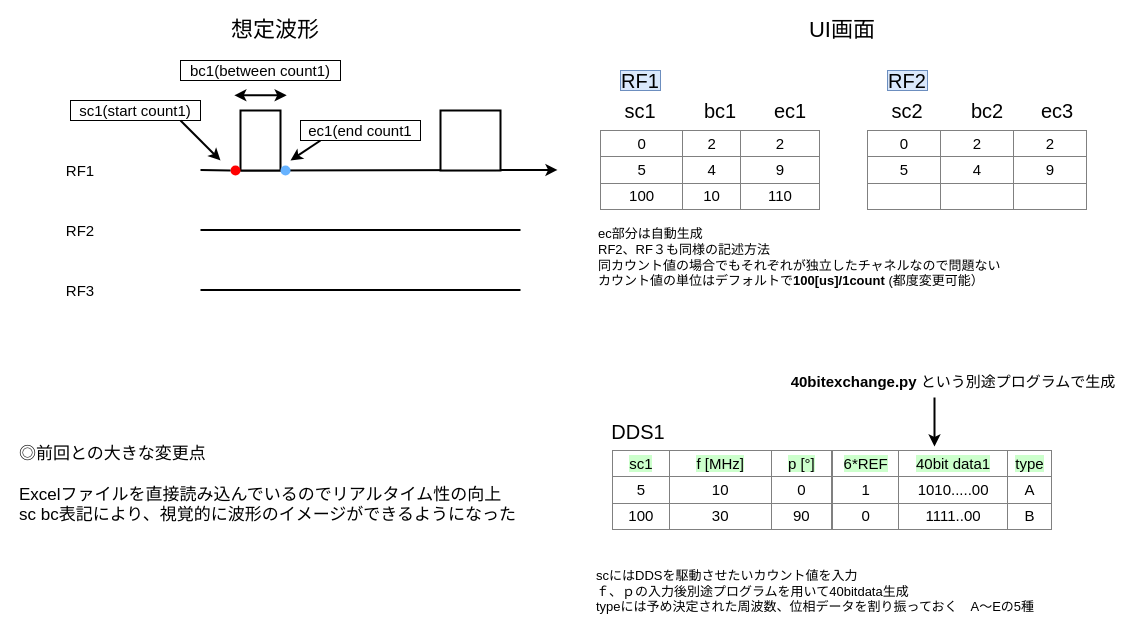
parupappa/Pine64-python--pulse keeps this draw.io diagram as Pulseprogramer/ver2/パルスシーケンス図.dio. Above is the earlier version. Source tidied: cells renumbered, new cells numbered last; positions are measured from the earlier drawing's top-left corner, leaving out a move shared by most shapes. Both pictures are drawn from the tidied source at 100%, with x=0, y=0 at pixel (17, 20).
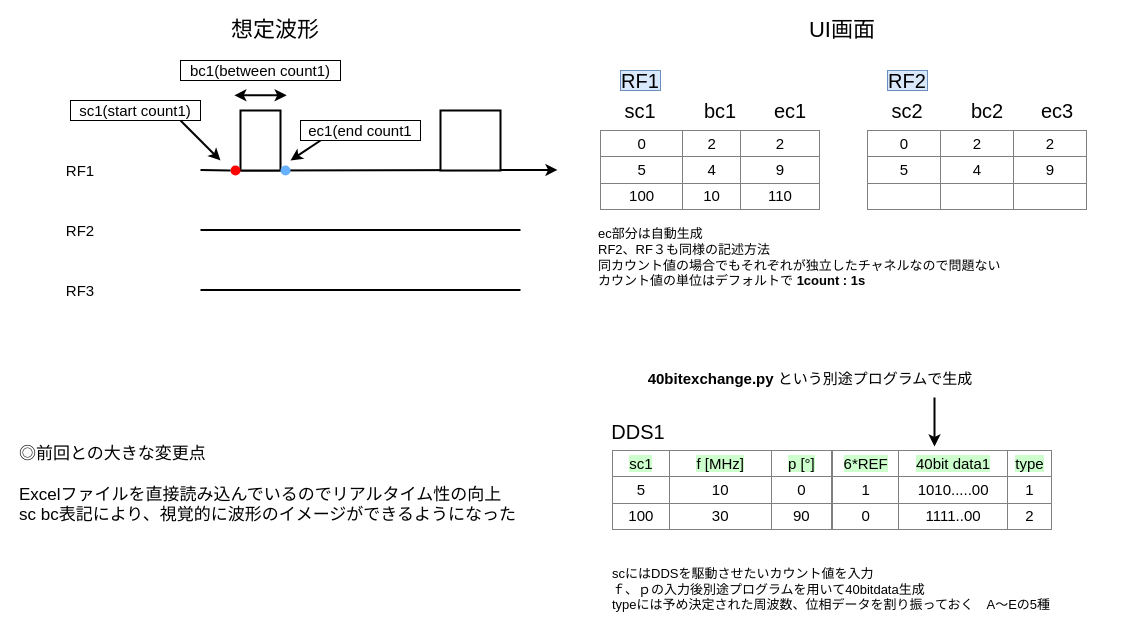
The same page after the edit.

Unchanged cells that the change refers to:
```xml
<mxCell id="14" style="group;" parent="1" vertex="1">
  <mxGeometry x="595" y="430" width="440" height="80" as="geometry" />
</mxCell>
```

The edit, as a diff of the source:
```diff
@@
-    <mxCell id="7" value="ec部分は自動生成&lt;br style=&quot;font-size: 13px;&quot;&gt;RF2、RF３も同様の記述方法&lt;br style=&quot;font-size: 13px;&quot;&gt;&lt;div style=&quot;font-size: 13px;&quot;&gt;同カウント値の場合でもそれぞれが独立したチャネルなので問題ない&lt;br style=&quot;font-size: 13px;&quot;&gt;カウント値の単位はデフォルトで&lt;b style=&quot;font-size: 13px;&quot;&gt;100[us]/1count &lt;/b&gt;(都度変更可能）&lt;/div&gt;" style="text;html=1;strokeColor=none;fillColor=none;align=left;verticalAlign=middle;whiteSpace=wrap;rounded=0;fontSize=13;" parent="1" vertex="1">
+    <mxCell id="7" value="ec部分は自動生成&lt;br style=&quot;font-size: 13px&quot;&gt;RF2、RF３も同様の記述方法&lt;br style=&quot;font-size: 13px&quot;&gt;&lt;div style=&quot;font-size: 13px&quot;&gt;同カウント値の場合でもそれぞれが独立したチャネルなので問題ない&lt;br style=&quot;font-size: 13px&quot;&gt;カウント値の単位はデフォルトで&lt;b&gt;&amp;nbsp;1count : 1s&amp;nbsp;&lt;/b&gt;&lt;/div&gt;" style="text;html=1;strokeColor=none;fillColor=none;align=left;verticalAlign=middle;whiteSpace=wrap;rounded=0;fontSize=13;" parent="1" vertex="1">
       <mxGeometry x="579" y="207" width="418" height="60" as="geometry" />
     </mxCell>
@@
-    <mxCell id="16" value="&lt;table border=&quot;1&quot; width=&quot;100%&quot; style=&quot;width: 100% ; height: 100% ; border-collapse: collapse&quot;&gt;&lt;tbody&gt;&lt;tr&gt;&lt;td align=&quot;center&quot;&gt;&lt;span style=&quot;background-color: rgb(204 , 255 , 204)&quot;&gt;6*REF&lt;/span&gt;&lt;/td&gt;&lt;td align=&quot;center&quot;&gt;&lt;span style=&quot;background-color: rgb(204 , 255 , 204)&quot;&gt;40bit data1&lt;/span&gt;&lt;/td&gt;&lt;td align=&quot;center&quot;&gt;&lt;span style=&quot;background-color: rgb(204 , 255 , 204)&quot;&gt;type&lt;/span&gt;&lt;/td&gt;&lt;/tr&gt;&lt;tr&gt;&lt;td align=&quot;center&quot;&gt;1&lt;/td&gt;&lt;td align=&quot;center&quot;&gt;1010.....00&lt;/td&gt;&lt;td align=&quot;center&quot;&gt;A&lt;/td&gt;&lt;/tr&gt;&lt;tr&gt;&lt;td align=&quot;center&quot;&gt;0&lt;/td&gt;&lt;td align=&quot;center&quot;&gt;1111..00&lt;/td&gt;&lt;td align=&quot;center&quot;&gt;B&lt;/td&gt;&lt;/tr&gt;&lt;/tbody&gt;&lt;/table&gt;" style="text;html=1;strokeColor=none;fillColor=none;overflow=fill;fontSize=15;" parent="14" vertex="1">
+    <mxCell id="16" value="&lt;table border=&quot;1&quot; width=&quot;100%&quot; style=&quot;width: 100% ; height: 100% ; border-collapse: collapse&quot;&gt;&lt;tbody&gt;&lt;tr&gt;&lt;td align=&quot;center&quot;&gt;&lt;span style=&quot;background-color: rgb(204 , 255 , 204)&quot;&gt;6*REF&lt;/span&gt;&lt;/td&gt;&lt;td align=&quot;center&quot;&gt;&lt;span style=&quot;background-color: rgb(204 , 255 , 204)&quot;&gt;40bit data1&lt;/span&gt;&lt;/td&gt;&lt;td align=&quot;center&quot;&gt;&lt;span style=&quot;background-color: rgb(204 , 255 , 204)&quot;&gt;type&lt;/span&gt;&lt;/td&gt;&lt;/tr&gt;&lt;tr&gt;&lt;td align=&quot;center&quot;&gt;1&lt;/td&gt;&lt;td align=&quot;center&quot;&gt;1010.....00&lt;/td&gt;&lt;td align=&quot;center&quot;&gt;1&lt;/td&gt;&lt;/tr&gt;&lt;tr&gt;&lt;td align=&quot;center&quot;&gt;0&lt;/td&gt;&lt;td align=&quot;center&quot;&gt;1111..00&lt;/td&gt;&lt;td align=&quot;center&quot;&gt;2&lt;/td&gt;&lt;/tr&gt;&lt;/tbody&gt;&lt;/table&gt;" style="text;html=1;strokeColor=none;fillColor=none;overflow=fill;fontSize=15;" parent="14" vertex="1">
       <mxGeometry x="220" width="220" height="80" as="geometry" />
     </mxCell>
@@
     <mxCell id="19" value="&lt;b style=&quot;font-size: 15px;&quot;&gt;40bitexchange.py&lt;/b&gt; という別途プログラムで生成" style="text;html=1;strokeColor=none;fillColor=none;align=center;verticalAlign=middle;whiteSpace=wrap;rounded=0;fontSize=15;" parent="1" vertex="1">
-      <mxGeometry x="771" y="351" width="330" height="20" as="geometry" />
+      <mxGeometry x="628" y="348" width="330" height="20" as="geometry" />
     </mxCell>
     <mxCell id="20" value="scにはDDSを駆動させたいカウント値を入力&lt;br style=&quot;font-size: 13px&quot;&gt;ｆ、ｐの入力後別途プログラムを用いて40bitdata生成&lt;br style=&quot;font-size: 13px&quot;&gt;&lt;div style=&quot;font-size: 13px&quot;&gt;typeには予め決定された周波数、位相データを割り振っておく　A～Eの5種&lt;/div&gt;" style="text;html=1;strokeColor=none;fillColor=none;align=left;verticalAlign=middle;whiteSpace=wrap;rounded=0;fontSize=13;" parent="1" vertex="1">
-      <mxGeometry x="577" y="541" width="465" height="60" as="geometry" />
+      <mxGeometry x="592.5" y="539" width="465" height="60" as="geometry" />
     </mxCell>
```
